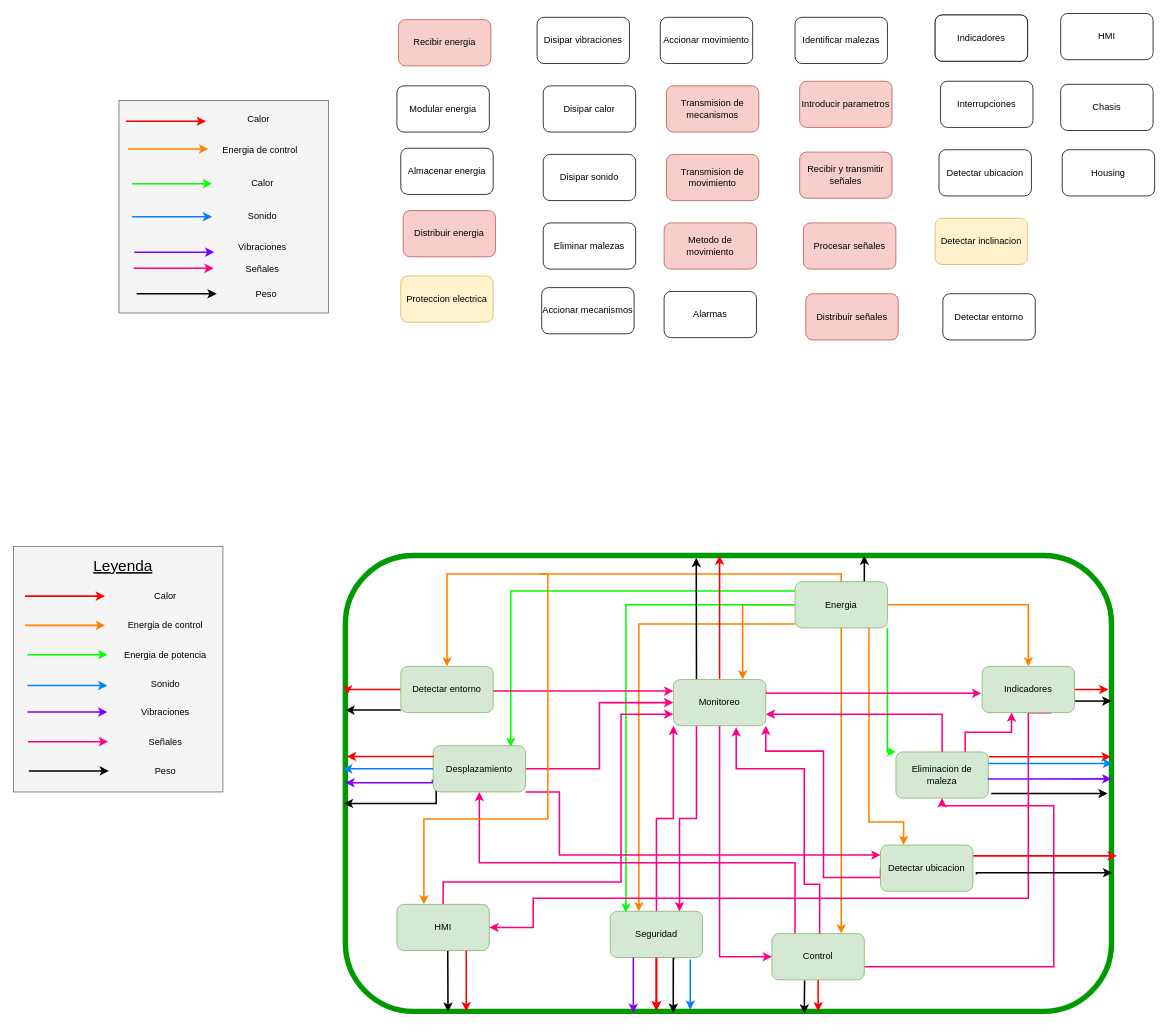
Before: page "Análisis de Interacciones" (2 of 4) of Diseño pt1.drawio in Dartherick/DSM, a draw.io diagram. Source tidied: cells renumbered, new cells numbered last; positions are measured from the earlier drawing's top-left corner, leaving out a move shared by most shapes. Both pictures are drawn from the tidied source at 77%, with x=0, y=0 at pixel (13, 13).
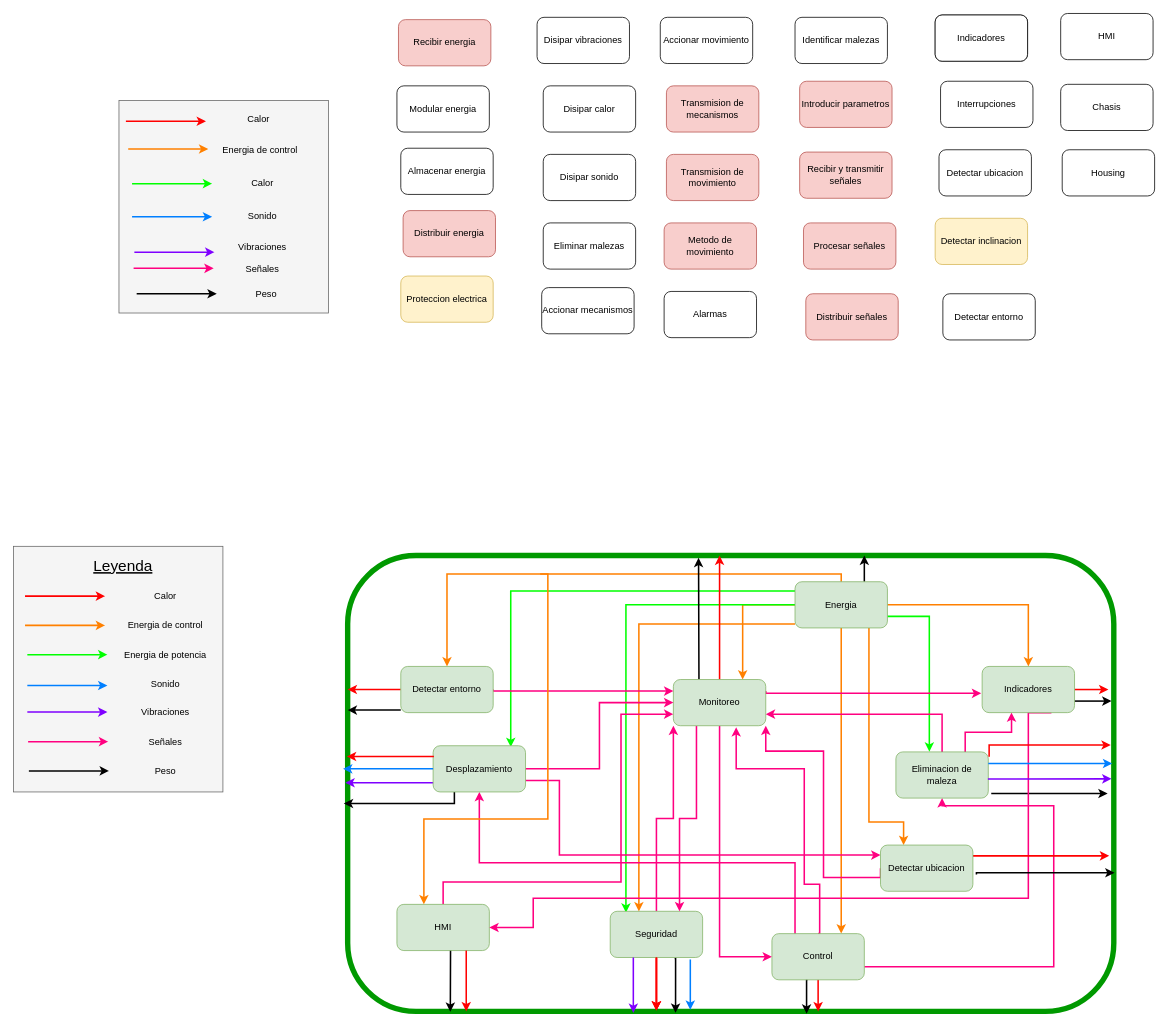
Above is the later version.

Unchanged cells that the change refers to:
```xml
<mxCell id="72" value="Energia" style="rounded=1;whiteSpace=wrap;html=1;fillColor=#d5e8d4;strokeColor=#82b366;" parent="1" vertex="1">
  <mxGeometry x="1015" y="738" width="120" height="60" as="geometry" />
</mxCell>
<mxCell id="75" value="HMI" style="rounded=1;whiteSpace=wrap;html=1;fillColor=#d5e8d4;strokeColor=#82b366;" parent="1" vertex="1">
  <mxGeometry x="498" y="1157" width="120" height="60" as="geometry" />
</mxCell>
<mxCell id="81" value="Control" style="rounded=1;whiteSpace=wrap;html=1;fillColor=#d5e8d4;strokeColor=#82b366;" parent="1" vertex="1">
  <mxGeometry x="985" y="1195" width="120" height="60" as="geometry" />
</mxCell>
<mxCell id="86" value="Seguridad" style="rounded=1;whiteSpace=wrap;html=1;fillColor=#d5e8d4;strokeColor=#82b366;" parent="1" vertex="1">
  <mxGeometry x="775" y="1166" width="120" height="60" as="geometry" />
</mxCell>
<mxCell id="90" value="Eliminacion de maleza" style="rounded=1;whiteSpace=wrap;html=1;fillColor=#d5e8d4;strokeColor=#82b366;" parent="1" vertex="1">
  <mxGeometry x="1146" y="959" width="120" height="60" as="geometry" />
</mxCell>
<mxCell id="96" value="Monitoreo" style="rounded=1;whiteSpace=wrap;html=1;fillColor=#d5e8d4;strokeColor=#82b366;" parent="1" vertex="1">
  <mxGeometry x="857" y="865" width="120" height="60" as="geometry" />
</mxCell>
<mxCell id="101" value="Desplazamiento" style="rounded=1;whiteSpace=wrap;html=1;fillColor=#d5e8d4;strokeColor=#82b366;" parent="1" vertex="1">
  <mxGeometry x="545" y="951" width="120" height="60" as="geometry" />
</mxCell>
<mxCell id="109" value="Detectar ubicacion" style="rounded=1;whiteSpace=wrap;html=1;fillColor=#d5e8d4;strokeColor=#82b366;" parent="1" vertex="1">
  <mxGeometry x="1126" y="1080" width="120" height="60" as="geometry" />
</mxCell>
<mxCell id="113" value="Detectar entorno" style="rounded=1;whiteSpace=wrap;html=1;fillColor=#d5e8d4;strokeColor=#82b366;" parent="1" vertex="1">
  <mxGeometry x="503" y="848" width="120" height="60" as="geometry" />
</mxCell>
```

The edit, as a diff of the source:
```diff
@@
     <mxCell id="2" style="rounded=1;whiteSpace=wrap;html=1;strokeWidth=7;strokeColor=#009900;" parent="1" vertex="1">
-      <mxGeometry x="431" y="704" width="995" height="592" as="geometry" />
+      <mxGeometry x="434" y="704" width="995" height="592" as="geometry" />
     </mxCell>
@@
-    <mxCell id="66" style="edgeStyle=orthogonalEdgeStyle;rounded=0;jettySize=auto;html=1;entryX=0;entryY=0;entryDx=0;entryDy=0;fontSize=11;exitX=1;exitY=1;exitDx=0;exitDy=0;strokeColor=#00FF00;strokeWidth=2;" parent="1" edge="1" source="72" target="90">
+    <mxCell id="66" style="edgeStyle=orthogonalEdgeStyle;rounded=0;jettySize=auto;html=1;entryX=0.362;entryY=-0.005;entryDx=0;entryDy=0;fontSize=11;exitX=1;exitY=0.75;exitDx=0;exitDy=0;strokeColor=#00FF00;strokeWidth=2;entryPerimeter=0;" parent="1" edge="1" source="72" target="90">
       <mxGeometry relative="1" as="geometry">
         <Array as="points">
-          <mxPoint x="1135" y="959" />
+          <mxPoint x="1189" y="783" />
+          <mxPoint x="1189" y="959" />
         </Array>
       </mxGeometry>
     </mxCell>
@@
-    <mxCell id="74" style="edgeStyle=orthogonalEdgeStyle;rounded=0;jettySize=auto;html=1;entryX=0.134;entryY=1.001;entryDx=0;entryDy=0;entryPerimeter=0;startArrow=none;endArrow=classic;exitX=0.55;exitY=1.003;exitDx=0;exitDy=0;exitPerimeter=0;strokeWidth=2;" parent="1" edge="1" source="75" target="2">
+    <mxCell id="74" style="edgeStyle=orthogonalEdgeStyle;rounded=0;jettySize=auto;html=1;entryX=0.134;entryY=1.001;entryDx=0;entryDy=0;entryPerimeter=0;startArrow=none;endArrow=classic;exitX=0.58;exitY=0.989;exitDx=0;exitDy=0;exitPerimeter=0;strokeWidth=2;" parent="1" edge="1" source="75" target="2">
       <mxGeometry relative="1" as="geometry">
         <Array as="points">
-          <mxPoint x="564" y="1220" />
-          <mxPoint x="564" y="1220" />
+          <mxPoint x="568" y="1220" />
+          <mxPoint x="567" y="1220" />
         </Array>
       </mxGeometry>
     </mxCell>
@@
-    <mxCell id="80" style="edgeStyle=orthogonalEdgeStyle;rounded=0;jettySize=auto;html=1;entryX=0.599;entryY=1.005;entryDx=0;entryDy=0;entryPerimeter=0;startArrow=none;endArrow=classic;exitX=0.353;exitY=1.012;exitDx=0;exitDy=0;exitPerimeter=0;strokeWidth=2;" parent="1" edge="1" source="81" target="2">
+    <mxCell id="80" style="edgeStyle=orthogonalEdgeStyle;rounded=0;jettySize=auto;html=1;entryX=0.599;entryY=1.005;entryDx=0;entryDy=0;entryPerimeter=0;startArrow=none;endArrow=classic;exitX=0.385;exitY=1.005;exitDx=0;exitDy=0;exitPerimeter=0;strokeWidth=2;" parent="1" edge="1" source="81" target="2">
       <mxGeometry relative="1" as="geometry">
         <Array as="points">
-          <mxPoint x="1027" y="1259" />
-          <mxPoint x="1027" y="1259" />
+          <mxPoint x="1030" y="1255" />
         </Array>
       </mxGeometry>
     </mxCell>
@@
     <mxCell id="85" style="edgeStyle=orthogonalEdgeStyle;rounded=0;jettySize=auto;html=1;entryX=0.428;entryY=1.003;entryDx=0;entryDy=0;entryPerimeter=0;startArrow=none;endArrow=classic;exitX=0.697;exitY=1.024;exitDx=0;exitDy=0;exitPerimeter=0;strokeWidth=2;" parent="1" edge="1" source="86" target="2">
       <mxGeometry relative="1" as="geometry">
         <Array as="points">
-          <mxPoint x="857" y="1227" />
+          <mxPoint x="860" y="1227" />
+          <mxPoint x="860" y="1298" />
         </Array>
       </mxGeometry>
     </mxCell>
@@
-    <mxCell id="95" style="edgeStyle=orthogonalEdgeStyle;rounded=0;jettySize=auto;html=1;entryX=0.458;entryY=0.005;entryDx=0;entryDy=0;entryPerimeter=0;startArrow=none;endArrow=classic;exitX=0.25;exitY=0;exitDx=0;exitDy=0;strokeWidth=2;" parent="1" edge="1" source="96" target="2">
+    <mxCell id="95" style="edgeStyle=orthogonalEdgeStyle;rounded=0;jettySize=auto;html=1;entryX=0.458;entryY=0.005;entryDx=0;entryDy=0;entryPerimeter=0;startArrow=none;endArrow=classic;exitX=0.277;exitY=-0.007;exitDx=0;exitDy=0;strokeWidth=2;exitPerimeter=0;" parent="1" edge="1" source="96" target="2">
       <mxGeometry relative="1" as="geometry">
         <Array as="points">
-          <mxPoint x="887" y="853" />
-          <mxPoint x="887" y="853" />
+          <mxPoint x="890" y="853" />
+          <mxPoint x="890" y="853" />
         </Array>
       </mxGeometry>
     </mxCell>
@@
     <mxCell id="98" style="edgeStyle=orthogonalEdgeStyle;rounded=0;orthogonalLoop=1;jettySize=auto;html=1;fontSize=11;strokeColor=#7F00FF;strokeWidth=2;" parent="1" edge="1">
       <mxGeometry relative="1" as="geometry">
         <mxPoint x="527" y="999" as="sourcePoint" />
         <mxPoint x="431" y="999" as="targetPoint" />
         <Array as="points">
-          <mxPoint x="544" y="999" />
-          <mxPoint x="544" y="996" />
-          <mxPoint x="546" y="996" />
+          <mxPoint x="546" y="999" />
           <mxPoint x="546" y="999" />
         </Array>
       </mxGeometry>
     </mxCell>
-    <mxCell id="99" style="edgeStyle=orthogonalEdgeStyle;rounded=0;jettySize=auto;html=1;fontSize=11;exitX=1;exitY=1;exitDx=0;exitDy=0;strokeColor=#FF0080;strokeWidth=2;" parent="1" edge="1" source="101" target="109">
+    <mxCell id="99" style="edgeStyle=orthogonalEdgeStyle;rounded=0;jettySize=auto;html=1;fontSize=11;exitX=1;exitY=0.75;exitDx=0;exitDy=0;strokeColor=#FF0080;strokeWidth=2;" parent="1" edge="1" source="101" target="109">
       <mxGeometry relative="1" as="geometry">
         <Array as="points">
-          <mxPoint x="709" y="1011" />
+          <mxPoint x="709" y="996" />
           <mxPoint x="709" y="1093" />
         </Array>
       </mxGeometry>
     </mxCell>
-    <mxCell id="100" style="edgeStyle=orthogonalEdgeStyle;rounded=0;jettySize=auto;html=1;startArrow=none;endArrow=classic;exitX=0.033;exitY=0.952;exitDx=0;exitDy=0;exitPerimeter=0;strokeWidth=2;" parent="1" edge="1" source="101">
+    <mxCell id="100" style="edgeStyle=orthogonalEdgeStyle;rounded=0;jettySize=auto;html=1;startArrow=none;endArrow=classic;exitX=0.23;exitY=0.997;exitDx=0;exitDy=0;exitPerimeter=0;strokeWidth=2;" parent="1" edge="1" source="101">
       <mxGeometry relative="1" as="geometry">
         <mxPoint x="429" y="1026" as="targetPoint" />
         <Array as="points">
-          <mxPoint x="549" y="1026" />
-          <mxPoint x="429" y="1026" />
+          <mxPoint x="573" y="1026" />
         </Array>
       </mxGeometry>
     </mxCell>
@@
     <mxCell id="107" style="edgeStyle=orthogonalEdgeStyle;rounded=0;jettySize=auto;html=1;fontSize=11;startArrow=none;startFill=0;endArrow=classic;endFill=1;strokeColor=#FF0000;strokeWidth=2;" parent="1" edge="1" source="109">
       <mxGeometry relative="1" as="geometry">
-        <mxPoint x="1433" y="1094" as="targetPoint" />
+        <mxPoint x="1423" y="1094" as="targetPoint" />
         <Array as="points">
           <mxPoint x="1423" y="1094" />
         </Array>
       </mxGeometry>
     </mxCell>
@@
-    <mxCell id="111" style="edgeStyle=orthogonalEdgeStyle;rounded=0;jettySize=auto;html=1;entryX=0.003;entryY=0.305;entryDx=0;entryDy=0;entryPerimeter=0;fontSize=11;startArrow=none;endArrow=classic;strokeColor=#FF0000;strokeWidth=2;" parent="1" edge="1" source="113" target="2">
+    <mxCell id="111" style="edgeStyle=orthogonalEdgeStyle;rounded=0;jettySize=auto;html=1;fontSize=11;startArrow=none;endArrow=classic;strokeColor=#FF0000;strokeWidth=2;" parent="1" edge="1" source="113">
       <mxGeometry relative="1" as="geometry">
+        <mxPoint x="434" y="878" as="targetPoint" />
         <Array as="points">
           <mxPoint x="434" y="878" />
         </Array>
       </mxGeometry>
     </mxCell>
@@
     <mxCell id="120" style="edgeStyle=orthogonalEdgeStyle;rounded=0;jettySize=auto;html=1;fontSize=11;strokeColor=#FF0000;strokeWidth=2;startArrow=classic;startFill=1;endArrow=none;endFill=0;entryX=1.009;entryY=0.106;entryDx=0;entryDy=0;entryPerimeter=0;" parent="1" edge="1" target="90">
       <mxGeometry relative="1" as="geometry">
-        <mxPoint x="1425" y="965" as="sourcePoint" />
+        <mxPoint x="1425" y="950" as="sourcePoint" />
         <Array as="points">
-          <mxPoint x="1425" y="965" />
-          <mxPoint x="1267" y="965" />
+          <mxPoint x="1425" y="950" />
+          <mxPoint x="1267" y="950" />
         </Array>
       </mxGeometry>
     </mxCell>
```
